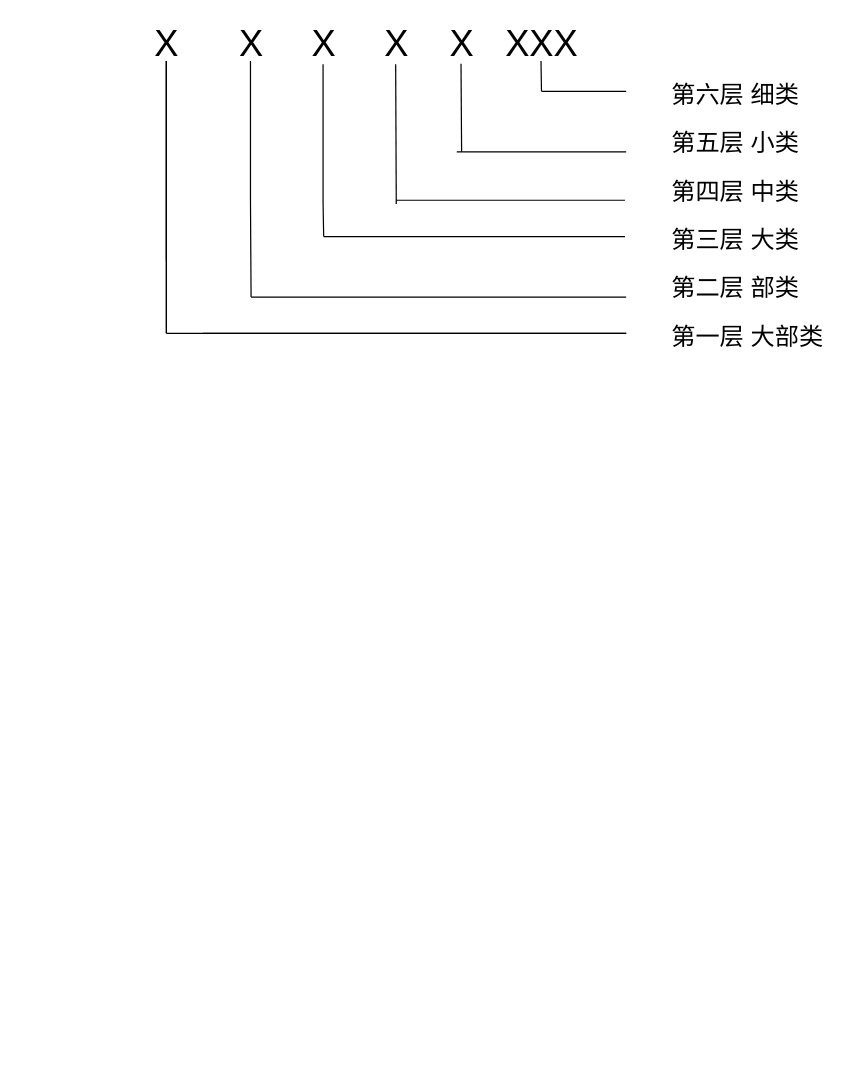
Before: Untitled Diagram.drawio in 729973389/picture, a draw.io diagram. Source tidied: cells renumbered, new cells numbered last; positions are measured from the earlier drawing's top-left corner, leaving out a move shared by most shapes. Both pictures are drawn from the tidied source at 121%, with x=0, y=0 at pixel (142, 24).
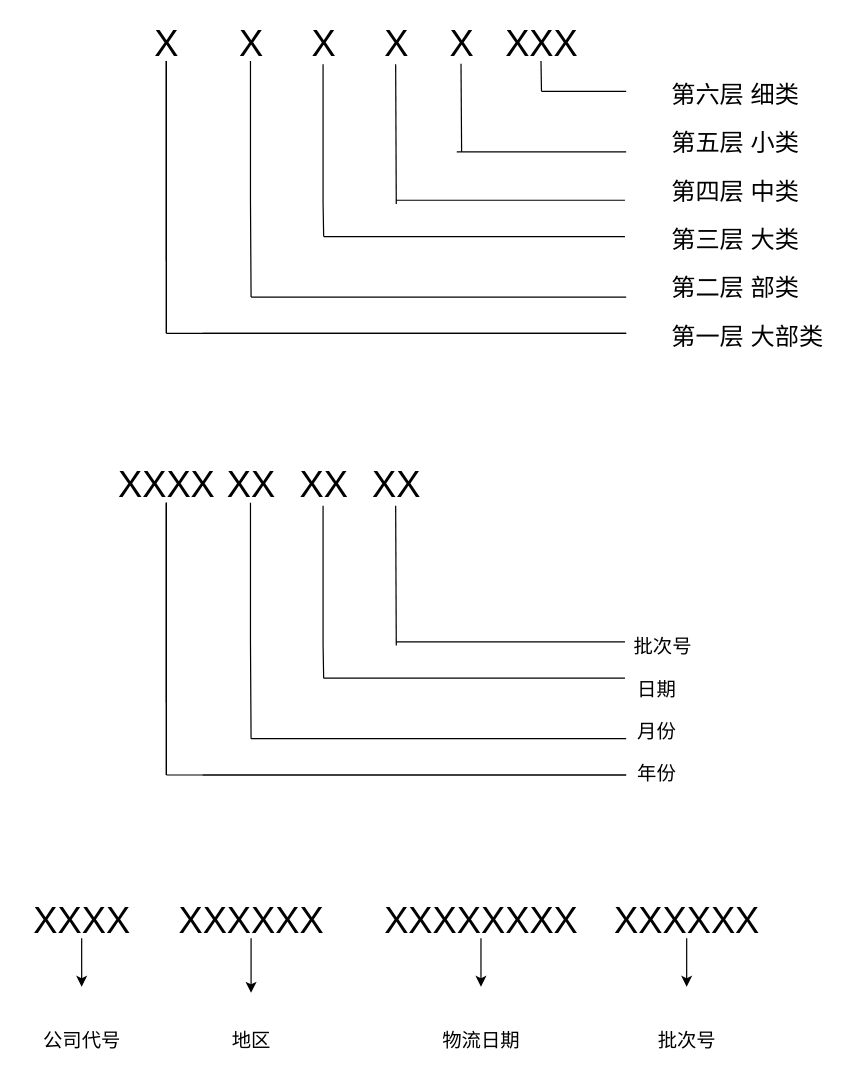
Above is the later version.

What changed in the source:
```diff
@@
+    <mxCell id="29" value="&lt;font style=&quot;font-size: 30px&quot;&gt;XXXX&lt;/font&gt;" style="text;html=1;align=center;verticalAlign=middle;strokeColor=none;fillColor=none;" parent="1" vertex="1">
+      <mxGeometry x="-30" y="365" width="100" height="30" as="geometry" />
+    </mxCell>
+    <mxCell id="30" style="endArrow=none;html=1;rounded=0;fontSize=43;" parent="1" edge="1">
+      <mxGeometry relative="1" as="geometry">
+        <mxPoint x="20" y="560" as="sourcePoint" />
+        <mxPoint x="20" y="395" as="targetPoint" />
+      </mxGeometry>
+    </mxCell>
+    <mxCell id="31" value="&lt;font style=&quot;font-size: 16px&quot;&gt;年份&lt;/font&gt;" style="text;html=1;align=center;verticalAlign=middle;strokeColor=none;fillColor=none;fontSize=43;" parent="1" vertex="1">
+      <mxGeometry x="400" y="575" width="50" height="70" as="geometry" />
+    </mxCell>
+    <mxCell id="32" style="endArrow=none;html=1;rounded=0;fontSize=20;" parent="1" edge="1">
+      <mxGeometry relative="1" as="geometry">
+        <mxPoint x="50" y="620" as="sourcePoint" />
+        <mxPoint x="400" y="620" as="targetPoint" />
+      </mxGeometry>
+    </mxCell>
+    <mxCell id="33" value="&lt;font style=&quot;font-size: 16px&quot;&gt;月份&lt;/font&gt;" style="text;html=1;align=center;verticalAlign=middle;strokeColor=none;fillColor=none;fontSize=43;" parent="1" vertex="1">
+      <mxGeometry x="400" y="540" width="50" height="70" as="geometry" />
+    </mxCell>
+    <mxCell id="34" value="&lt;font style=&quot;font-size: 16px&quot;&gt;日期&lt;/font&gt;" style="text;html=1;align=center;verticalAlign=middle;strokeColor=none;fillColor=none;fontSize=43;" parent="1" vertex="1">
+      <mxGeometry x="400" y="505" width="50" height="70" as="geometry" />
+    </mxCell>
+    <mxCell id="35" value="&lt;font style=&quot;font-size: 16px&quot;&gt;批次号&lt;/font&gt;" style="text;html=1;align=center;verticalAlign=middle;strokeColor=none;fillColor=none;fontSize=43;" parent="1" vertex="1">
+      <mxGeometry x="400" y="470" width="60" height="70" as="geometry" />
+    </mxCell>
+    <mxCell id="36" style="endArrow=none;html=1;rounded=0;fontSize=43;" parent="1" edge="1">
+      <mxGeometry relative="1" as="geometry">
+        <mxPoint x="20" y="620" as="sourcePoint" />
+        <mxPoint x="20" y="395" as="targetPoint" />
+      </mxGeometry>
+    </mxCell>
+    <mxCell id="37" style="endArrow=none;html=1;rounded=0;fontSize=20;" parent="1" edge="1">
+      <mxGeometry relative="1" as="geometry">
+        <mxPoint x="20" y="620" as="sourcePoint" />
+        <mxPoint x="400" y="620" as="targetPoint" />
+      </mxGeometry>
+    </mxCell>
+    <mxCell id="38" value="&lt;font style=&quot;font-size: 30px&quot;&gt;XX&lt;/font&gt;" style="text;html=1;align=center;verticalAlign=middle;strokeColor=none;fillColor=none;" parent="1" vertex="1">
+      <mxGeometry x="60" y="365" width="60" height="30" as="geometry" />
+    </mxCell>
+    <mxCell id="39" value="&lt;font style=&quot;font-size: 30px&quot;&gt;XX&lt;/font&gt;" style="text;html=1;align=center;verticalAlign=middle;strokeColor=none;fillColor=none;" parent="1" vertex="1">
+      <mxGeometry x="120" y="365" width="60" height="30" as="geometry" />
+    </mxCell>
+    <mxCell id="40" value="&lt;font style=&quot;font-size: 30px&quot;&gt;XX&lt;/font&gt;" style="text;html=1;align=center;verticalAlign=middle;strokeColor=none;fillColor=none;" parent="1" vertex="1">
+      <mxGeometry x="180" y="365" width="60" height="30" as="geometry" />
+    </mxCell>
+    <mxCell id="41" style="endArrow=none;html=1;rounded=0;fontSize=43;" parent="1" edge="1">
+      <mxGeometry relative="1" as="geometry">
+        <mxPoint x="20" y="620" as="sourcePoint" />
+        <mxPoint x="20" y="395" as="targetPoint" />
+        <Array as="points">
+          <mxPoint x="20" y="510" />
+        </Array>
+      </mxGeometry>
+    </mxCell>
+    <mxCell id="42" style="endArrow=none;html=1;rounded=0;fontSize=43;" parent="1" edge="1">
+      <mxGeometry relative="1" as="geometry">
+        <mxPoint x="90" y="590" as="sourcePoint" />
+        <mxPoint x="89.5" y="395" as="targetPoint" />
+        <Array as="points">
+          <mxPoint x="89.5" y="510" />
+        </Array>
+      </mxGeometry>
+    </mxCell>
+    <mxCell id="43" style="endArrow=none;html=1;rounded=0;fontSize=20;" parent="1" edge="1">
+      <mxGeometry relative="1" as="geometry">
+        <mxPoint x="90" y="590" as="sourcePoint" />
+        <mxPoint x="400" y="590" as="targetPoint" />
+      </mxGeometry>
+    </mxCell>
+    <mxCell id="44" style="endArrow=none;html=1;rounded=0;fontSize=43;" parent="1" edge="1">
+      <mxGeometry relative="1" as="geometry">
+        <mxPoint x="150" y="540" as="sourcePoint" />
+        <mxPoint x="149.5" y="397.5" as="targetPoint" />
+        <Array as="points">
+          <mxPoint x="149.5" y="512.5" />
+        </Array>
+      </mxGeometry>
+    </mxCell>
+    <mxCell id="45" style="endArrow=none;html=1;rounded=0;fontSize=20;" parent="1" edge="1">
+      <mxGeometry relative="1" as="geometry">
+        <mxPoint x="150" y="540" as="sourcePoint" />
+        <mxPoint x="399" y="540" as="targetPoint" />
+      </mxGeometry>
+    </mxCell>
+    <mxCell id="46" style="endArrow=none;html=1;rounded=0;fontSize=43;" parent="1" edge="1">
+      <mxGeometry relative="1" as="geometry">
+        <mxPoint x="210" y="513" as="sourcePoint" />
+        <mxPoint x="209.5" y="397.5" as="targetPoint" />
+      </mxGeometry>
+    </mxCell>
+    <mxCell id="47" style="endArrow=none;html=1;rounded=0;fontSize=20;" parent="1" edge="1">
+      <mxGeometry relative="1" as="geometry">
+        <mxPoint x="210" y="510" as="sourcePoint" />
+        <mxPoint x="399" y="510" as="targetPoint" />
+      </mxGeometry>
+    </mxCell>
+    <mxCell id="48" style="edgeStyle=orthogonalEdgeStyle;rounded=0;jettySize=auto;html=1;fontSize=16;" parent="1" edge="1" source="49" target="59">
+      <mxGeometry relative="1" as="geometry" />
+    </mxCell>
+    <mxCell id="49" value="&lt;font style=&quot;font-size: 30px&quot;&gt;XXXX&lt;/font&gt;" style="text;html=1;align=center;verticalAlign=middle;points=[];strokeColor=none;fillColor=none;" parent="1" vertex="1">
+      <mxGeometry x="-100" y="725" width="100" height="30" as="geometry" />
+    </mxCell>
+    <mxCell id="50" value="&lt;span style=&quot;font-size: 16px&quot;&gt;物流日期&lt;/span&gt;" style="text;html=1;align=center;verticalAlign=middle;points=[];strokeColor=none;fillColor=none;fontSize=43;" parent="1" vertex="1">
+      <mxGeometry x="240" y="795" width="80" height="70" as="geometry" />
+    </mxCell>
+    <mxCell id="51" value="&lt;font style=&quot;font-size: 16px&quot;&gt;批次号&lt;/font&gt;" style="text;html=1;align=center;verticalAlign=middle;points=[];strokeColor=none;fillColor=none;fontSize=43;" parent="1" vertex="1">
+      <mxGeometry x="420" y="795" width="60" height="70" as="geometry" />
+    </mxCell>
+    <mxCell id="52" style="edgeStyle=orthogonalEdgeStyle;rounded=0;jettySize=auto;html=1;fontSize=16;" parent="1" edge="1" source="53" target="58">
+      <mxGeometry relative="1" as="geometry" />
+    </mxCell>
+    <mxCell id="53" value="&lt;font style=&quot;font-size: 30px&quot;&gt;XXXXXX&lt;/font&gt;" style="text;html=1;align=center;verticalAlign=middle;points=[];strokeColor=none;fillColor=none;" parent="1" vertex="1">
+      <mxGeometry x="20" y="725" width="140" height="30" as="geometry" />
+    </mxCell>
+    <mxCell id="54" style="edgeStyle=orthogonalEdgeStyle;rounded=0;jettySize=auto;html=1;fontSize=16;" parent="1" edge="1" source="55" target="50">
+      <mxGeometry relative="1" as="geometry" />
+    </mxCell>
+    <mxCell id="55" value="&lt;font style=&quot;font-size: 30px&quot;&gt;XXXXXXXX&lt;/font&gt;" style="text;html=1;align=center;verticalAlign=middle;points=[];strokeColor=none;fillColor=none;" parent="1" vertex="1">
+      <mxGeometry x="190" y="725" width="180" height="30" as="geometry" />
+    </mxCell>
+    <mxCell id="56" style="edgeStyle=orthogonalEdgeStyle;rounded=0;jettySize=auto;html=1;fontSize=16;" parent="1" edge="1" source="57" target="51">
+      <mxGeometry relative="1" as="geometry" />
+    </mxCell>
+    <mxCell id="57" value="&lt;font style=&quot;font-size: 30px&quot;&gt;XXXXXX&lt;/font&gt;" style="text;html=1;align=center;verticalAlign=middle;points=[];strokeColor=none;fillColor=none;" parent="1" vertex="1">
+      <mxGeometry x="380" y="725" width="140" height="30" as="geometry" />
+    </mxCell>
+    <mxCell id="58" value="&lt;span style=&quot;font-size: 16px ; line-height: 0.8&quot;&gt;地区&lt;/span&gt;" style="text;html=1;align=center;verticalAlign=middle;points=[];strokeColor=none;fillColor=none;fontSize=43;" parent="1" vertex="1">
+      <mxGeometry x="65" y="800" width="50" height="60" as="geometry" />
+    </mxCell>
+    <mxCell id="59" value="&lt;span style=&quot;font-size: 16px&quot;&gt;公司代号&lt;/span&gt;" style="text;html=1;align=center;verticalAlign=middle;points=[];strokeColor=none;fillColor=none;fontSize=43;" parent="1" vertex="1">
+      <mxGeometry x="-90" y="795" width="80" height="70" as="geometry" />
+    </mxCell>
```
